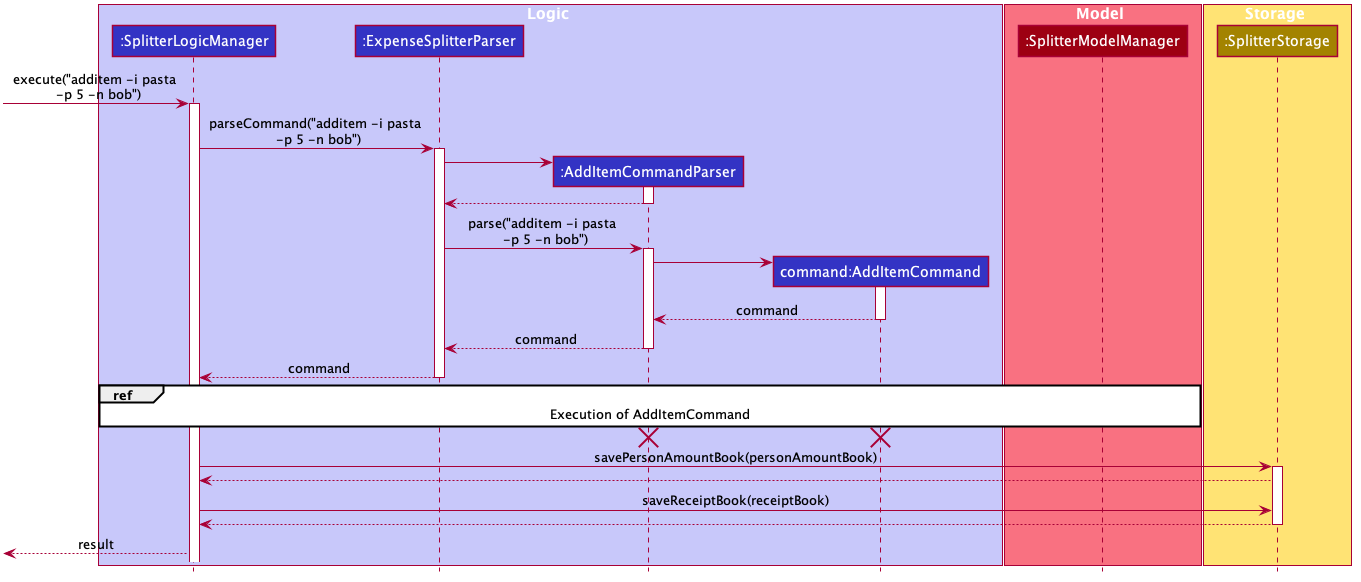
The PlantUML diagram images/ExpenseSplitterAddItemCommandSequenceDiagram.png in AY1920S2-CS2103T-W13-1/main, before a commit.
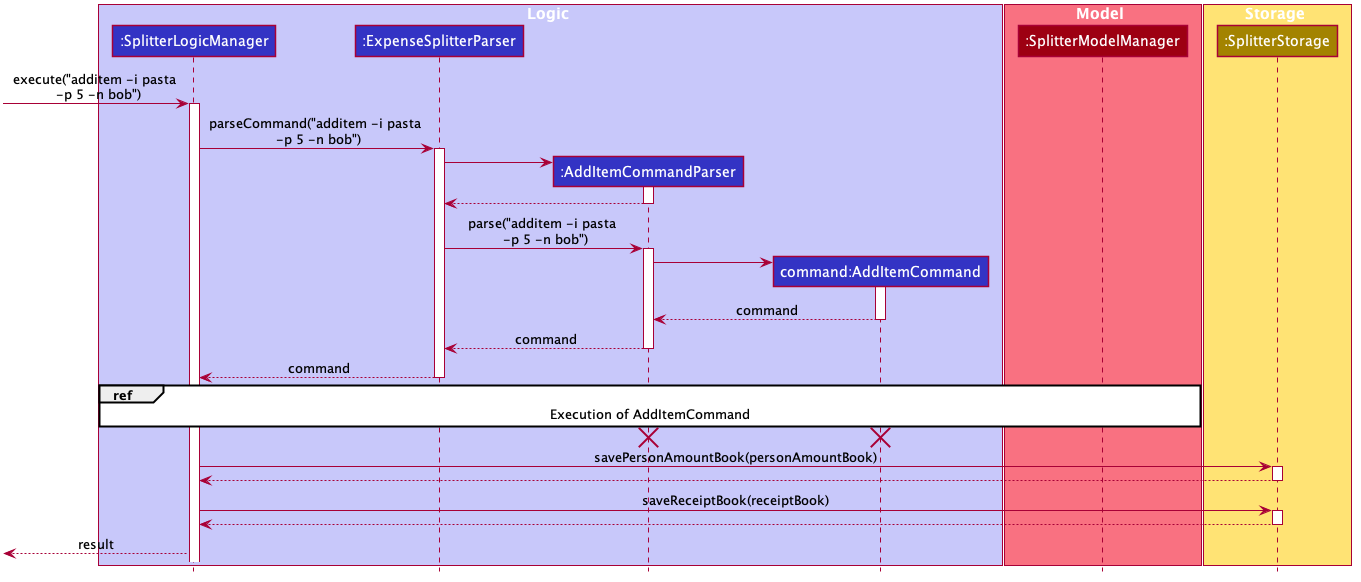
Later version of the same file.

Change to the diagram source:
```diff
@@ -102,8 +102,10 @@
 activate SplitterStorageManager
 
 SplitterStorageManager --> SplitterLogicManager
+deactivate SplitterStorageManager
 
 SplitterLogicManager -> SplitterStorageManager : saveReceiptBook(receiptBook)
+activate SplitterStorageManager
 SplitterStorageManager --> SplitterLogicManager
 deactivate SplitterStorageManager
 
```
